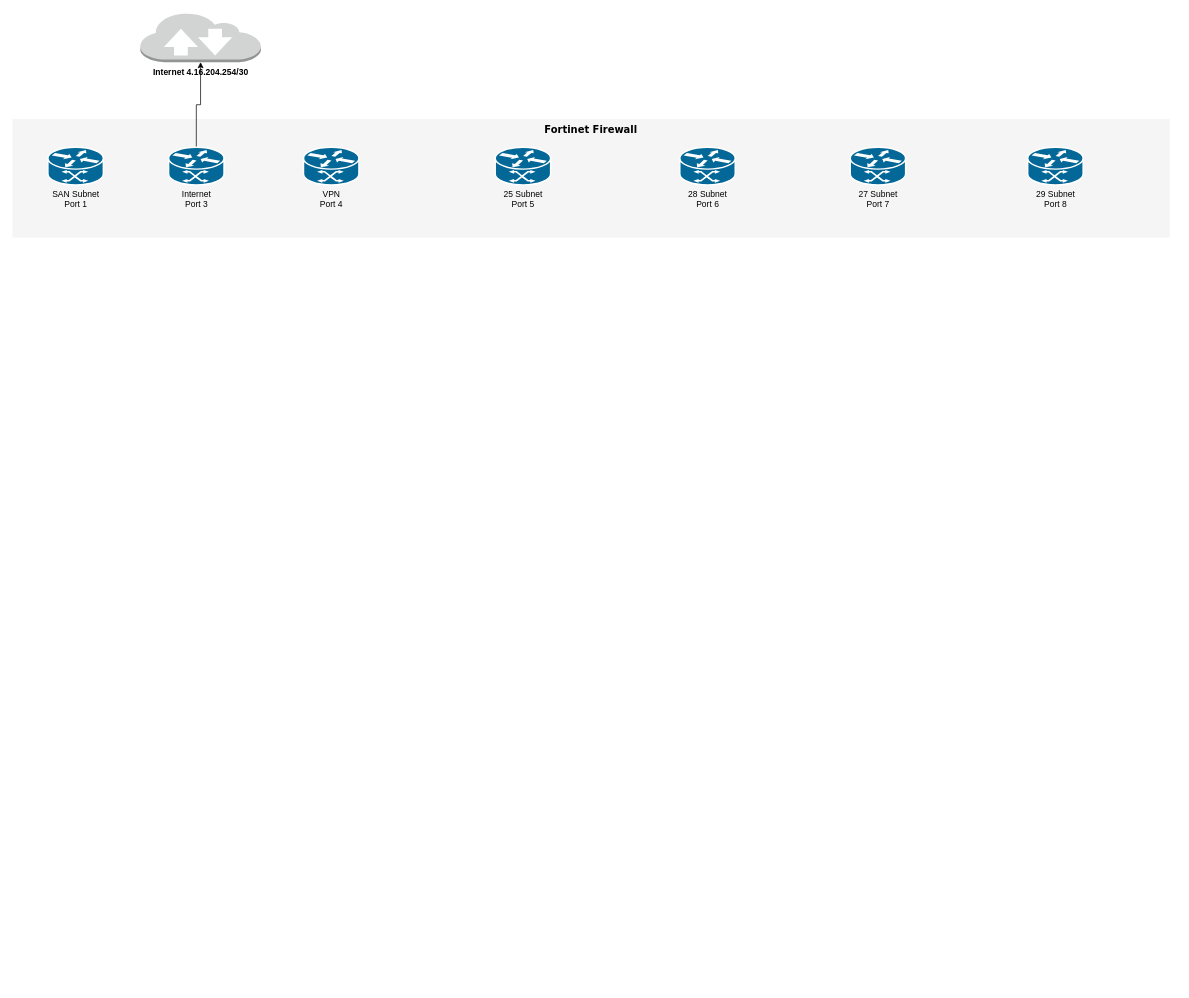
nhackl/Draw.io keeps this draw.io diagram as Kifer.drawio. Above is the earlier version. Source tidied: cells renumbered, new cells numbered last; positions are measured from the earlier drawing's top-left corner, leaving out a move shared by most shapes. Both pictures are drawn from the tidied source at 71%, with x=0, y=0 at pixel (12, 12).
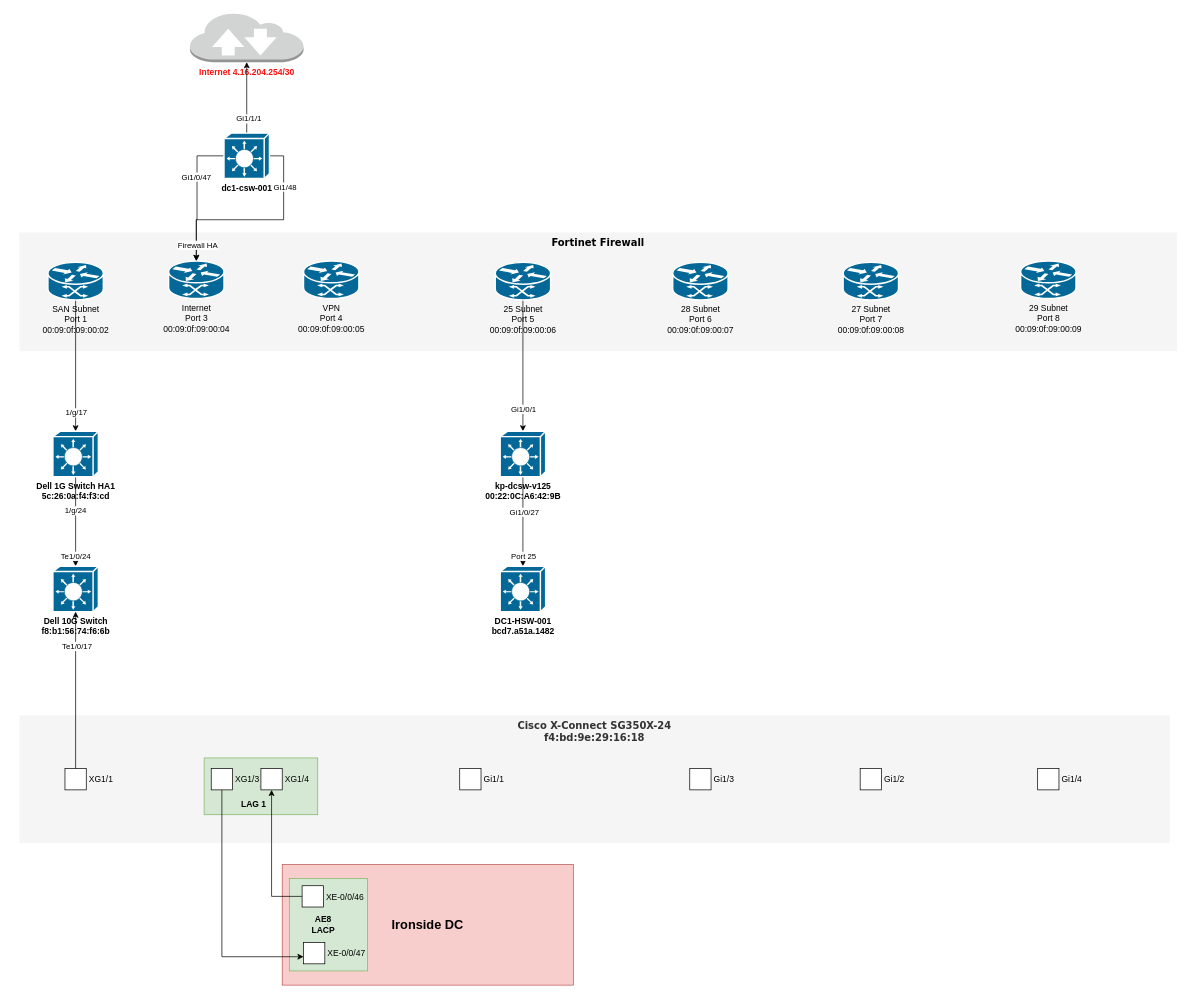
The same page after the edit.

Diff of the diagram source:
```diff
@@
+    <mxCell id="12" value="&lt;font style=&quot;font-size: 18px;&quot;&gt;&lt;b&gt;Ironside DC&lt;/b&gt;&lt;/font&gt;" style="rounded=0;whiteSpace=wrap;html=1;fillColor=#f8cecc;strokeColor=#b85450;" parent="1" vertex="1">
+      <mxGeometry x="380" y="1200" width="410" height="170" as="geometry" />
+    </mxCell>
+    <mxCell id="13" value="&lt;hr&gt;" style="rounded=0;whiteSpace=wrap;html=1;fillColor=#d5e8d4;strokeColor=#82b366;gradientColor=none;" parent="1" vertex="1">
+      <mxGeometry x="390" y="1220" width="110" height="130" as="geometry" />
+    </mxCell>
+    <mxCell id="14" value="&lt;div&gt;Cisco X-Connect SG350X-24&lt;/div&gt;&lt;div&gt;f4:bd:9e:29:16:18&lt;/div&gt;" style="rounded=0;whiteSpace=wrap;html=1;fillColor=#f5f5f5;fontColor=#333333;strokeColor=none;verticalAlign=top;fontStyle=1;fontSize=14;fontFamily=Verdana;" parent="1" vertex="1">
+      <mxGeometry x="10" y="990" width="1620" height="180" as="geometry" />
+    </mxCell>
+    <mxCell id="15" value="&lt;hr&gt;" style="rounded=0;whiteSpace=wrap;html=1;fillColor=#d5e8d4;strokeColor=#82b366;gradientColor=none;" parent="1" vertex="1">
+      <mxGeometry x="270" y="1050" width="160" height="80" as="geometry" />
+    </mxCell>
     <mxCell id="2" value="Fortinet Firewall" style="whiteSpace=wrap;html=1;rounded=0;shadow=0;comic=0;strokeWidth=1;fontFamily=Verdana;fontSize=14;fillColor=#f5f5f5;strokeColor=none;verticalAlign=top;fontStyle=1;" parent="1" vertex="1">
-      <mxGeometry y="150" width="1630" height="167" as="geometry" />
+      <mxGeometry x="10" y="310" width="1630" height="167" as="geometry" />
     </mxCell>
+    <mxCell id="16" style="edgeStyle=orthogonalEdgeStyle;rounded=0;jettySize=auto;html=1;" parent="1" edge="1" source="3" target="23">
+      <mxGeometry relative="1" as="geometry" />
+    </mxCell>
+    <mxCell id="17" value="Gi1/0/1" style="edgeLabel;html=1;align=center;verticalAlign=middle;" parent="16" vertex="1">
+      <mxGeometry x="0.65" relative="1" as="geometry" />
+    </mxCell>
-    <mxCell id="3" value="&lt;div&gt;25 Subnet&lt;/div&gt;&lt;div&gt;Port 5&lt;/div&gt;" style="shape=mxgraph.cisco.routers.atm_router;sketch=0;html=1;dashed=0;fillColor=#036897;strokeColor=#ffffff;strokeWidth=2;verticalLabelPosition=bottom;verticalAlign=top;align=center;outlineConnect=0;" parent="1" vertex="1">
-      <mxGeometry x="680" y="190" width="78" height="53" as="geometry" />
+    <mxCell id="3" value="&lt;div&gt;25 Subnet&lt;/div&gt;&lt;div&gt;Port 5&lt;/div&gt;&lt;div&gt;00:09:0f:09:00:06&lt;/div&gt;" style="shape=mxgraph.cisco.routers.atm_router;sketch=0;html=1;dashed=0;fillColor=#036897;strokeColor=#ffffff;strokeWidth=2;verticalLabelPosition=bottom;verticalAlign=top;align=center;outlineConnect=0;" parent="1" vertex="1">
+      <mxGeometry x="680" y="352" width="78" height="53" as="geometry" />
     </mxCell>
-    <mxCell id="4" value="&lt;div&gt;27 Subnet&lt;/div&gt;&lt;div&gt;Port 7&lt;br&gt;&lt;/div&gt;" style="shape=mxgraph.cisco.routers.atm_router;sketch=0;html=1;dashed=0;fillColor=#036897;strokeColor=#ffffff;strokeWidth=2;verticalLabelPosition=bottom;verticalAlign=top;align=center;" parent="1" vertex="1">
-      <mxGeometry x="1180" y="190" width="78" height="53" as="geometry" />
+    <mxCell id="4" value="&lt;div&gt;27 Subnet&lt;/div&gt;&lt;div&gt;Port 7&lt;/div&gt;&lt;div&gt;00:09:0f:09:00:08&lt;/div&gt;" style="shape=mxgraph.cisco.routers.atm_router;sketch=0;html=1;dashed=0;fillColor=#036897;strokeColor=#ffffff;strokeWidth=2;verticalLabelPosition=bottom;verticalAlign=top;align=center;" parent="1" vertex="1">
+      <mxGeometry x="1170" y="352" width="78" height="53" as="geometry" />
     </mxCell>
-    <mxCell id="5" value="&lt;div&gt;28 Subnet&lt;/div&gt;&lt;div&gt;Port 6&lt;br&gt;&lt;/div&gt;" style="shape=mxgraph.cisco.routers.atm_router;sketch=0;html=1;dashed=0;fillColor=#036897;strokeColor=#ffffff;strokeWidth=2;verticalLabelPosition=bottom;verticalAlign=top;align=center;" parent="1" vertex="1">
-      <mxGeometry x="940" y="190" width="78" height="53" as="geometry" />
+    <mxCell id="5" value="&lt;div&gt;28 Subnet&lt;/div&gt;&lt;div&gt;Port 6&lt;/div&gt;&lt;div&gt;00:09:0f:09:00:07&lt;/div&gt;" style="shape=mxgraph.cisco.routers.atm_router;sketch=0;html=1;dashed=0;fillColor=#036897;strokeColor=#ffffff;strokeWidth=2;verticalLabelPosition=bottom;verticalAlign=top;align=center;" parent="1" vertex="1">
+      <mxGeometry x="930" y="352" width="78" height="53" as="geometry" />
     </mxCell>
-    <mxCell id="6" value="&lt;div&gt;29 Subnet&lt;/div&gt;&lt;div&gt;Port 8&lt;/div&gt;" style="shape=mxgraph.cisco.routers.atm_router;sketch=0;html=1;dashed=0;fillColor=#036897;strokeColor=#ffffff;strokeWidth=2;verticalLabelPosition=bottom;verticalAlign=top;align=center;" parent="1" vertex="1">
-      <mxGeometry x="1430" y="190" width="78" height="53" as="geometry" />
+    <mxCell id="6" value="&lt;div&gt;29 Subnet&lt;/div&gt;&lt;div&gt;Port 8&lt;/div&gt;&lt;div&gt;00:09:0f:09:00:09&lt;/div&gt;" style="shape=mxgraph.cisco.routers.atm_router;sketch=0;html=1;dashed=0;fillColor=#036897;strokeColor=#ffffff;strokeWidth=2;verticalLabelPosition=bottom;verticalAlign=top;align=center;" parent="1" vertex="1">
+      <mxGeometry x="1420" y="350" width="78" height="53" as="geometry" />
     </mxCell>
+    <mxCell id="18" style="edgeStyle=orthogonalEdgeStyle;rounded=0;jettySize=auto;html=1;" parent="1" edge="1" source="7" target="36">
+      <mxGeometry relative="1" as="geometry" />
+    </mxCell>
+    <mxCell id="19" value="1/g/17" style="edgeLabel;html=1;align=center;verticalAlign=middle;" parent="18" vertex="1">
+      <mxGeometry x="0.71" relative="1" as="geometry" />
+    </mxCell>
-    <mxCell id="7" value="&lt;div&gt;SAN Subnet&lt;/div&gt;&lt;div&gt;Port 1&lt;/div&gt;" style="shape=mxgraph.cisco.routers.atm_router;sketch=0;html=1;dashed=0;fillColor=#036897;strokeColor=#ffffff;strokeWidth=2;verticalLabelPosition=bottom;verticalAlign=top;align=center;outlineConnect=0;" parent="1" vertex="1">
-      <mxGeometry x="50" y="190" width="78" height="53" as="geometry" />
+    <mxCell id="7" value="&lt;div&gt;SAN Subnet&lt;/div&gt;&lt;div&gt;Port 1&lt;/div&gt;&lt;div&gt;00:09:0f:09:00:02&lt;/div&gt;&lt;div&gt;&lt;br&gt;&lt;/div&gt;" style="shape=mxgraph.cisco.routers.atm_router;sketch=0;html=1;dashed=0;fillColor=#036897;strokeColor=#ffffff;strokeWidth=2;verticalLabelPosition=bottom;verticalAlign=top;align=center;outlineConnect=0;" parent="1" vertex="1">
+      <mxGeometry x="50" y="352" width="78" height="53" as="geometry" />
     </mxCell>
-    <mxCell id="8" value="&lt;div&gt;VPN&lt;/div&gt;&lt;div&gt;Port 4&lt;br&gt;&lt;/div&gt;" style="shape=mxgraph.cisco.routers.atm_router;sketch=0;html=1;dashed=0;fillColor=#036897;strokeColor=#ffffff;strokeWidth=2;verticalLabelPosition=bottom;verticalAlign=top;align=center;" parent="1" vertex="1">
-      <mxGeometry x="410" y="190" width="78" height="53" as="geometry" />
+    <mxCell id="8" value="&lt;div&gt;VPN&lt;/div&gt;&lt;div&gt;Port 4&lt;/div&gt;&lt;div&gt;00:09:0f:09:00:05&lt;/div&gt;" style="shape=mxgraph.cisco.routers.atm_router;sketch=0;html=1;dashed=0;fillColor=#036897;strokeColor=#ffffff;strokeWidth=2;verticalLabelPosition=bottom;verticalAlign=top;align=center;" parent="1" vertex="1">
+      <mxGeometry x="410" y="350" width="78" height="53" as="geometry" />
     </mxCell>
-    <mxCell id="9" style="edgeStyle=orthogonalEdgeStyle;rounded=0;jettySize=auto;html=1;" parent="1" edge="1" source="10" target="11">
-      <mxGeometry relative="1" as="geometry" />
-    </mxCell>
-    <mxCell id="10" value="&lt;div&gt;Internet&lt;/div&gt;&lt;div&gt;Port 3&lt;/div&gt;" style="shape=mxgraph.cisco.routers.atm_router;sketch=0;html=1;dashed=0;fillColor=#036897;strokeColor=#ffffff;strokeWidth=2;verticalLabelPosition=bottom;verticalAlign=top;align=center;outlineConnect=0;" parent="1" vertex="1">
-      <mxGeometry x="220" y="190" width="78" height="53" as="geometry" />
+    <mxCell id="10" value="&lt;div&gt;Internet&lt;/div&gt;&lt;div&gt;Port 3&lt;/div&gt;&lt;div&gt;00:09:0f:09:00:04&lt;/div&gt;" style="shape=mxgraph.cisco.routers.atm_router;sketch=0;html=1;dashed=0;fillColor=#036897;strokeColor=#ffffff;strokeWidth=2;verticalLabelPosition=bottom;verticalAlign=top;align=center;outlineConnect=0;" parent="1" vertex="1">
+      <mxGeometry x="220" y="350" width="78" height="53" as="geometry" />
     </mxCell>
-    <mxCell id="11" value="&lt;b&gt;Internet 4.16.204.254/30&lt;/b&gt;" style="outlineConnect=0;dashed=0;verticalLabelPosition=bottom;verticalAlign=top;align=center;html=1;shape=mxgraph.aws3.internet_2;fillColor=#D2D3D3;gradientColor=none;" parent="1" vertex="1">
-      <mxGeometry x="180" width="170" height="70" as="geometry" />
+    <mxCell id="11" value="&lt;font color=&quot;#ff0f0f&quot;&gt;&lt;b&gt;Internet 4.16.204.254/30&lt;/b&gt;&lt;/font&gt;" style="outlineConnect=0;dashed=0;verticalLabelPosition=bottom;verticalAlign=top;align=center;html=1;shape=mxgraph.aws3.internet_2;fillColor=#D2D3D3;gradientColor=none;" parent="1" vertex="1">
+      <mxGeometry x="250" width="160" height="70" as="geometry" />
     </mxCell>
+    <mxCell id="20" style="edgeStyle=orthogonalEdgeStyle;rounded=0;jettySize=auto;html=1;" parent="1" edge="1" source="23" target="32">
+      <mxGeometry relative="1" as="geometry" />
+    </mxCell>
+    <mxCell id="21" value="Port 25" style="edgeLabel;html=1;align=center;verticalAlign=middle;" parent="20" vertex="1">
+      <mxGeometry x="0.51" y="-2" relative="1" as="geometry">
+        <mxPoint x="2" y="16" as="offset" />
+      </mxGeometry>
+    </mxCell>
+    <mxCell id="22" value="Gi1/0/27" style="edgeLabel;html=1;align=center;verticalAlign=middle;" parent="20" vertex="1">
+      <mxGeometry x="-0.51" y="1" relative="1" as="geometry">
+        <mxPoint y="18" as="offset" />
+      </mxGeometry>
+    </mxCell>
+    <mxCell id="23" value="&lt;div&gt;&lt;b&gt;kp-dcsw-v125&lt;br&gt;&lt;/b&gt;&lt;/div&gt;&lt;div&gt;&lt;b&gt;00:22:0C:A6:42:9B&lt;/b&gt;&lt;/div&gt;" style="shape=mxgraph.cisco.switches.layer_3_switch;sketch=0;html=1;dashed=0;fillColor=#036897;strokeColor=#ffffff;strokeWidth=2;verticalLabelPosition=bottom;verticalAlign=top;align=center;outlineConnect=0;" parent="1" vertex="1">
+      <mxGeometry x="687" y="590" width="64" height="64" as="geometry" />
+    </mxCell>
+    <mxCell id="24" style="edgeStyle=orthogonalEdgeStyle;rounded=0;jettySize=auto;html=1;" parent="1" edge="1" source="31" target="10">
+      <mxGeometry relative="1" as="geometry">
+        <Array as="points">
+          <mxPoint x="260" y="202" />
+          <mxPoint x="260" y="292" />
+          <mxPoint x="259" y="292" />
+        </Array>
+      </mxGeometry>
+    </mxCell>
+    <mxCell id="25" value="Gi1/0/47" style="edgeLabel;html=1;align=center;verticalAlign=middle;" parent="24" vertex="1">
+      <mxGeometry x="-0.28" y="-2" relative="1" as="geometry" />
+    </mxCell>
+    <mxCell id="26" style="edgeStyle=orthogonalEdgeStyle;rounded=0;jettySize=auto;html=1;exitX=1;exitY=0.5;exitDx=0;exitDy=0;exitPerimeter=0;" parent="1" edge="1" source="31" target="10">
+      <mxGeometry relative="1" as="geometry" />
+    </mxCell>
+    <mxCell id="27" value="&lt;div&gt;Gi1/48&lt;/div&gt;" style="edgeLabel;html=1;align=center;verticalAlign=middle;" parent="26" vertex="1">
+      <mxGeometry x="-0.57" y="1" relative="1" as="geometry" />
+    </mxCell>
+    <mxCell id="28" value="Firewall HA" style="edgeLabel;html=1;align=center;verticalAlign=middle;" parent="26" vertex="1">
+      <mxGeometry x="0.84" y="1" relative="1" as="geometry" />
+    </mxCell>
+    <mxCell id="29" style="edgeStyle=orthogonalEdgeStyle;rounded=0;jettySize=auto;html=1;" parent="1" edge="1" source="31" target="11">
+      <mxGeometry relative="1" as="geometry" />
+    </mxCell>
+    <mxCell id="30" value="&lt;div&gt;Gi1/1/1&lt;/div&gt;" style="edgeLabel;html=1;align=center;verticalAlign=middle;" parent="29" vertex="1">
+      <mxGeometry x="-0.58" y="-2" relative="1" as="geometry" />
+    </mxCell>
+    <mxCell id="31" value="&lt;div&gt;&lt;b&gt;dc1-csw-001&lt;/b&gt;&lt;/div&gt;" style="shape=mxgraph.cisco.switches.layer_3_switch;sketch=0;html=1;dashed=0;fillColor=#036897;strokeColor=#ffffff;strokeWidth=2;verticalLabelPosition=bottom;verticalAlign=top;align=center;outlineConnect=0;" parent="1" vertex="1">
+      <mxGeometry x="298" y="170" width="64" height="64" as="geometry" />
+    </mxCell>
+    <mxCell id="32" value="&lt;div&gt;&lt;b&gt;DC1-HSW-001&lt;/b&gt;&lt;/div&gt;&lt;div&gt;&lt;b&gt;bcd7.a51a.1482&lt;br&gt;&lt;/b&gt;&lt;/div&gt;" style="shape=mxgraph.cisco.switches.layer_3_switch;sketch=0;html=1;dashed=0;fillColor=#036897;strokeColor=#ffffff;strokeWidth=2;verticalLabelPosition=bottom;verticalAlign=top;align=center;outlineConnect=0;" parent="1" vertex="1">
+      <mxGeometry x="687" y="780" width="64" height="64" as="geometry" />
+    </mxCell>
+    <mxCell id="33" style="edgeStyle=orthogonalEdgeStyle;rounded=0;jettySize=auto;html=1;" parent="1" edge="1" source="36" target="37">
+      <mxGeometry relative="1" as="geometry" />
+    </mxCell>
+    <mxCell id="34" value="Te1/0/24" style="edgeLabel;html=1;align=center;verticalAlign=middle;" parent="33" vertex="1">
+      <mxGeometry x="0.57" y="-1" relative="1" as="geometry">
+        <mxPoint y="12" as="offset" />
+      </mxGeometry>
+    </mxCell>
+    <mxCell id="35" value="1/g/24" style="edgeLabel;html=1;align=center;verticalAlign=middle;" parent="33" vertex="1">
+      <mxGeometry x="-0.25" y="-1" relative="1" as="geometry" />
+    </mxCell>
+    <mxCell id="36" value="&lt;div&gt;&lt;b&gt;Dell 1G Switch HA1&lt;br&gt;&lt;/b&gt;&lt;/div&gt;&lt;div&gt;&lt;b&gt;5c:26:0a:f4:f3:cd&lt;/b&gt;&lt;br&gt;&lt;/div&gt;" style="shape=mxgraph.cisco.switches.layer_3_switch;sketch=0;html=1;dashed=0;fillColor=#036897;strokeColor=#ffffff;strokeWidth=2;verticalLabelPosition=bottom;verticalAlign=top;align=center;outlineConnect=0;" parent="1" vertex="1">
+      <mxGeometry x="57" y="590" width="64" height="64" as="geometry" />
+    </mxCell>
+    <mxCell id="37" value="&lt;div&gt;&lt;b&gt;Dell 10G Switch&lt;/b&gt;&lt;/div&gt;&lt;div&gt;&lt;b&gt;f8:b1:56:74:f6:6b&lt;br&gt;&lt;/b&gt;&lt;/div&gt;" style="shape=mxgraph.cisco.switches.layer_3_switch;sketch=0;html=1;dashed=0;fillColor=#036897;strokeColor=#ffffff;strokeWidth=2;verticalLabelPosition=bottom;verticalAlign=top;align=center;outlineConnect=0;" parent="1" vertex="1">
+      <mxGeometry x="57" y="780" width="64" height="64" as="geometry" />
+    </mxCell>
+    <mxCell id="38" value="Gi1/1" style="labelPosition=right;verticalLabelPosition=middle;align=left;verticalAlign=middle;spacingLeft=2;noLabel=0;labelPadding=0;" parent="1" vertex="1">
+      <mxGeometry x="630" y="1065" width="30" height="30" as="geometry" />
+    </mxCell>
+    <mxCell id="39" value="Gi1/4" style="labelPosition=right;verticalLabelPosition=middle;align=left;verticalAlign=middle;spacingLeft=2;noLabel=0;labelPadding=0;" parent="1" vertex="1">
+      <mxGeometry x="1444" y="1065" width="30" height="30" as="geometry" />
+    </mxCell>
+    <mxCell id="40" value="XG1/1" style="labelPosition=right;verticalLabelPosition=middle;align=left;verticalAlign=middle;spacingLeft=2;noLabel=0;labelPadding=0;" parent="1" vertex="1">
+      <mxGeometry x="74" y="1065" width="30" height="30" as="geometry" />
+    </mxCell>
+    <mxCell id="41" value="Gi1/3" style="labelPosition=right;verticalLabelPosition=middle;align=left;verticalAlign=middle;spacingLeft=2;noLabel=0;labelPadding=0;" parent="1" vertex="1">
+      <mxGeometry x="954" y="1065" width="30" height="30" as="geometry" />
+    </mxCell>
+    <mxCell id="42" value="Gi1/2" style="labelPosition=right;verticalLabelPosition=middle;align=left;verticalAlign=middle;spacingLeft=2;noLabel=0;labelPadding=0;" parent="1" vertex="1">
+      <mxGeometry x="1194" y="1065" width="30" height="30" as="geometry" />
+    </mxCell>
+    <mxCell id="43" style="edgeStyle=orthogonalEdgeStyle;rounded=0;jettySize=auto;html=1;" parent="1" edge="1" source="44" target="46">
+      <mxGeometry relative="1" as="geometry">
+        <Array as="points">
+          <mxPoint x="295" y="1330" />
+        </Array>
+      </mxGeometry>
+    </mxCell>
+    <mxCell id="44" value="XG1/3" style="labelPosition=right;verticalLabelPosition=middle;align=left;verticalAlign=middle;spacingLeft=2;noLabel=0;labelPadding=0;" parent="1" vertex="1">
+      <mxGeometry x="280" y="1065" width="30" height="30" as="geometry" />
+    </mxCell>
+    <mxCell id="45" value="XG1/4" style="labelPosition=right;verticalLabelPosition=middle;align=left;verticalAlign=middle;spacingLeft=2;noLabel=0;labelPadding=0;" parent="1" vertex="1">
+      <mxGeometry x="350" y="1065" width="30" height="30" as="geometry" />
+    </mxCell>
+    <mxCell id="46" value="XE-0/0/47" style="labelPosition=right;verticalLabelPosition=middle;align=left;verticalAlign=middle;spacingLeft=2;noLabel=0;labelPadding=0;" parent="1" vertex="1">
+      <mxGeometry x="410" y="1310" width="30" height="30" as="geometry" />
+    </mxCell>
+    <mxCell id="47" style="edgeStyle=orthogonalEdgeStyle;rounded=0;jettySize=auto;html=1;entryX=0.5;entryY=1;entryDx=0;entryDy=0;" parent="1" edge="1" source="48" target="45">
+      <mxGeometry relative="1" as="geometry" />
+    </mxCell>
+    <mxCell id="48" value="XE-0/0/46" style="labelPosition=right;verticalLabelPosition=middle;align=left;verticalAlign=middle;spacingLeft=2;noLabel=0;labelPadding=0;" parent="1" vertex="1">
+      <mxGeometry x="408" y="1230" width="30" height="30" as="geometry" />
+    </mxCell>
+    <mxCell id="49" value="LAG 1" style="text;html=1;align=center;verticalAlign=middle;whiteSpace=wrap;rounded=0;fontStyle=1;" parent="1" vertex="1">
+      <mxGeometry x="310" y="1100" width="60" height="30" as="geometry" />
+    </mxCell>
+    <mxCell id="50" value="AE8 LACP" style="text;html=1;align=center;verticalAlign=middle;whiteSpace=wrap;rounded=0;fontStyle=1;" parent="1" vertex="1">
+      <mxGeometry x="408" y="1270" width="60" height="30" as="geometry" />
+    </mxCell>
+    <mxCell id="51" style="edgeStyle=orthogonalEdgeStyle;rounded=0;jettySize=auto;html=1;entryX=0.5;entryY=1;entryDx=0;entryDy=0;entryPerimeter=0;" parent="1" edge="1" source="40" target="37">
+      <mxGeometry relative="1" as="geometry" />
+    </mxCell>
+    <mxCell id="52" value="Te1/0/17" style="edgeLabel;html=1;align=center;verticalAlign=middle;" parent="51" vertex="1">
+      <mxGeometry x="0.57" y="-1" relative="1" as="geometry" />
+    </mxCell>
```
